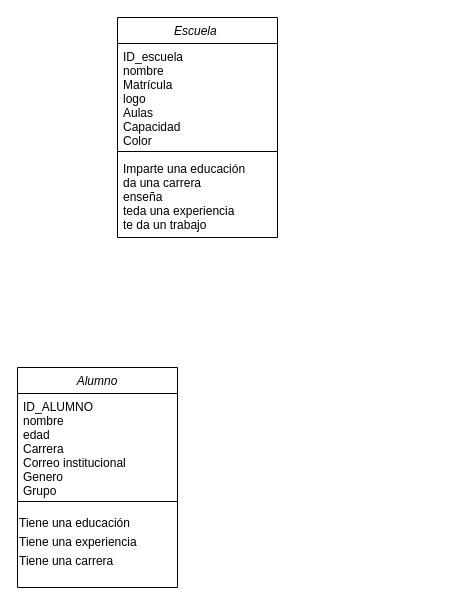
The draw.io diagram Diagrama de clases.drawio in lezlytolentino/PROGRAMACION-A-OBJETOS, before the edit. Source tidied: cells renumbered, new cells numbered last; positions are measured from the earlier drawing's top-left corner, leaving out a move shared by most shapes. Both pictures are drawn from the tidied source at 100%, with x=0, y=0 at pixel (17, 17).
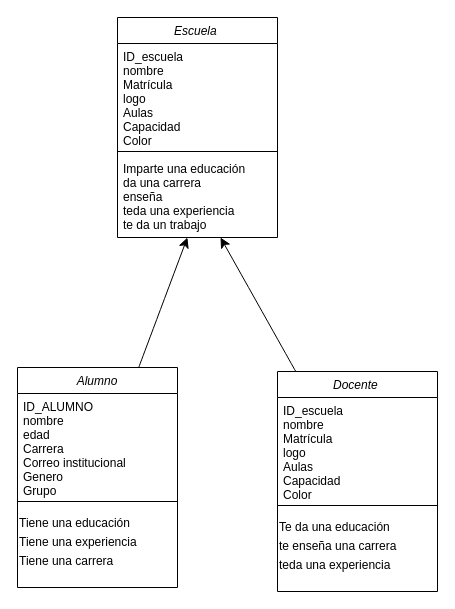
Above is the later version.

Diff of the diagram source:
```diff
@@
 <mxGraphModel>
   <root>
     <mxCell id="0" />
     <mxCell id="1" parent="0" />
     <mxCell id="2" value="Escuela " style="swimlane;fontStyle=2;align=center;verticalAlign=top;horizontal=1;startSize=26;rounded=0;shadow=0;strokeWidth=1;" parent="1" vertex="1">
       <mxGeometry x="100" width="160" height="220" as="geometry" />
     </mxCell>
     <mxCell id="3" value="ID_escuela &#10;nombre &#10;Matrícula &#10;logo&#10;Aulas &#10;Capacidad&#10;Color " style="text;align=left;verticalAlign=top;spacingLeft=4;spacingRight=4;overflow=hidden;" parent="2" vertex="1">
       <mxGeometry y="26" width="160" height="104" as="geometry" />
     </mxCell>
     <mxCell id="4" style="line;html=1;strokeWidth=1;align=left;verticalAlign=middle;spacingTop=-1;spacingLeft=3;spacingRight=3;labelPosition=right;" parent="2" vertex="1">
       <mxGeometry y="130" width="160" height="8" as="geometry" />
     </mxCell>
     <mxCell id="5" value="Imparte una educación  &#10;da una carrera  &#10;enseña &#10;teda una experiencia &#10;te da un trabajo &#10;" style="text;align=left;verticalAlign=top;spacingLeft=4;spacingRight=4;overflow=hidden;points=[[0,0.5],[1,0.5]];portConstraint=eastwest;" parent="1" vertex="1">
       <mxGeometry x="100" y="138" width="160" height="82" as="geometry" />
     </mxCell>
     <mxCell id="6" value="Alumno" style="swimlane;fontStyle=2;align=center;verticalAlign=top;horizontal=1;startSize=26;rounded=0;shadow=0;strokeWidth=1;" parent="1" vertex="1">
       <mxGeometry y="350" width="160" height="220" as="geometry" />
     </mxCell>
     <mxCell id="7" value="ID_ALUMNO&#10;nombre &#10;edad&#10;Carrera &#10;Correo institucional &#10;Genero &#10;Grupo" style="text;align=left;verticalAlign=top;spacingLeft=4;spacingRight=4;overflow=hidden;" parent="6" vertex="1">
       <mxGeometry y="26" width="160" height="104" as="geometry" />
     </mxCell>
     <mxCell id="8" style="line;html=1;strokeWidth=1;align=left;verticalAlign=middle;spacingTop=-1;spacingLeft=3;spacingRight=3;labelPosition=right;" parent="6" vertex="1">
       <mxGeometry y="130" width="160" height="8" as="geometry" />
     </mxCell>
     <mxCell id="9" value="&lt;font style=&quot;font-size: 12px;&quot;&gt;Tiene una educación&lt;/font&gt;&lt;div&gt;&lt;font style=&quot;font-size: 12px;&quot;&gt;Tiene una experiencia&amp;nbsp;&lt;/font&gt;&lt;/div&gt;&lt;div&gt;&lt;font style=&quot;font-size: 12px;&quot;&gt;Tiene una carrera&amp;nbsp;&lt;/font&gt;&lt;/div&gt;" style="text;html=1;align=left;verticalAlign=middle;strokeColor=none;fillColor=none;fontSize=16;" parent="6" vertex="1">
       <mxGeometry y="138" width="160" height="70" as="geometry" />
     </mxCell>
+    <mxCell id="10" style="edgeStyle=none;curved=1;rounded=0;jettySize=auto;html=1;fontSize=12;startSize=8;endSize=8;" parent="1" edge="1" source="11" target="5">
+      <mxGeometry relative="1" as="geometry" />
+    </mxCell>
+    <mxCell id="11" value="Docente " style="swimlane;fontStyle=2;align=center;verticalAlign=top;horizontal=1;startSize=26;rounded=0;shadow=0;strokeWidth=1;" parent="1" vertex="1">
+      <mxGeometry x="260" y="354" width="160" height="220" as="geometry" />
+    </mxCell>
+    <mxCell id="12" value="ID_escuela &#10;nombre &#10;Matrícula &#10;logo&#10;Aulas &#10;Capacidad&#10;Color " style="text;align=left;verticalAlign=top;spacingLeft=4;spacingRight=4;overflow=hidden;" parent="11" vertex="1">
+      <mxGeometry y="26" width="160" height="104" as="geometry" />
+    </mxCell>
+    <mxCell id="13" style="line;html=1;strokeWidth=1;align=left;verticalAlign=middle;spacingTop=-1;spacingLeft=3;spacingRight=3;labelPosition=right;" parent="11" vertex="1">
+      <mxGeometry y="130" width="160" height="8" as="geometry" />
+    </mxCell>
+    <mxCell id="14" value="&lt;font style=&quot;vertical-align: inherit; font-size: 12px;&quot;&gt;Te da una educación&amp;nbsp;&lt;/font&gt;&lt;div&gt;&lt;span style=&quot;font-size: 12px;&quot;&gt;te enseña una carrera&amp;nbsp;&lt;/span&gt;&lt;/div&gt;&lt;div&gt;&lt;span style=&quot;font-size: 12px;&quot;&gt;teda una experiencia&amp;nbsp;&lt;/span&gt;&lt;/div&gt;" style="text;html=1;align=left;verticalAlign=middle;strokeColor=none;fillColor=none;fontSize=16;" parent="11" vertex="1">
+      <mxGeometry y="138" width="160" height="70" as="geometry" />
+    </mxCell>
+    <mxCell id="15" style="edgeStyle=none;curved=1;rounded=0;jettySize=auto;html=1;entryX=0.437;entryY=1;entryDx=0;entryDy=0;entryPerimeter=0;fontSize=12;startSize=8;endSize=8;" parent="1" edge="1" source="6" target="5">
+      <mxGeometry relative="1" as="geometry" />
+    </mxCell>
   </root>
 </mxGraphModel>
```
